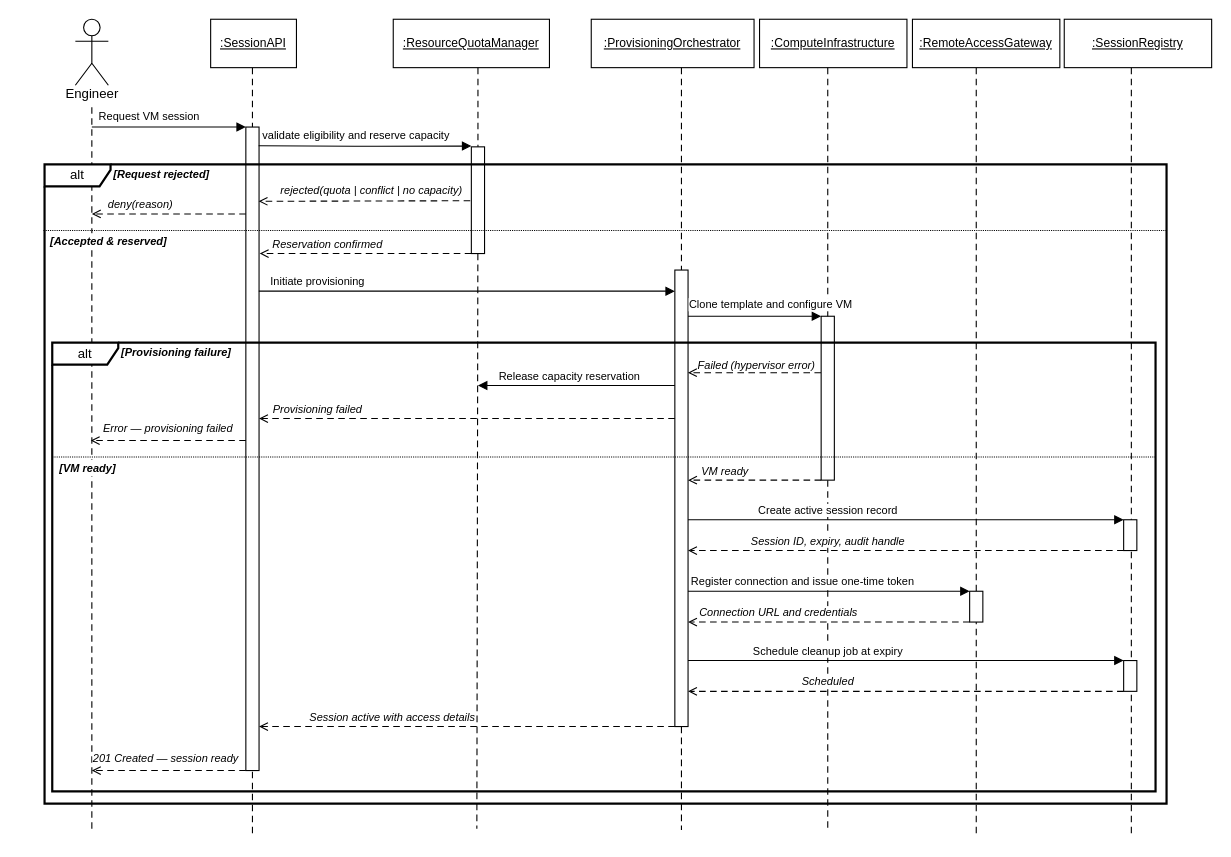
This is page "Provision VM Session" (3 of 12) of internshipReport/plantuml/Sequence Diagram.drawio from AbdelazizBarhoumi/iot_reap, a draw.io file, before an edit. Source tidied: cells renumbered, new cells numbered last; positions are measured from the earlier drawing's top-left corner, leaving out a move shared by most shapes. Both pictures are drawn from the tidied source at 110%, with x=0, y=0 at pixel (19, 19).
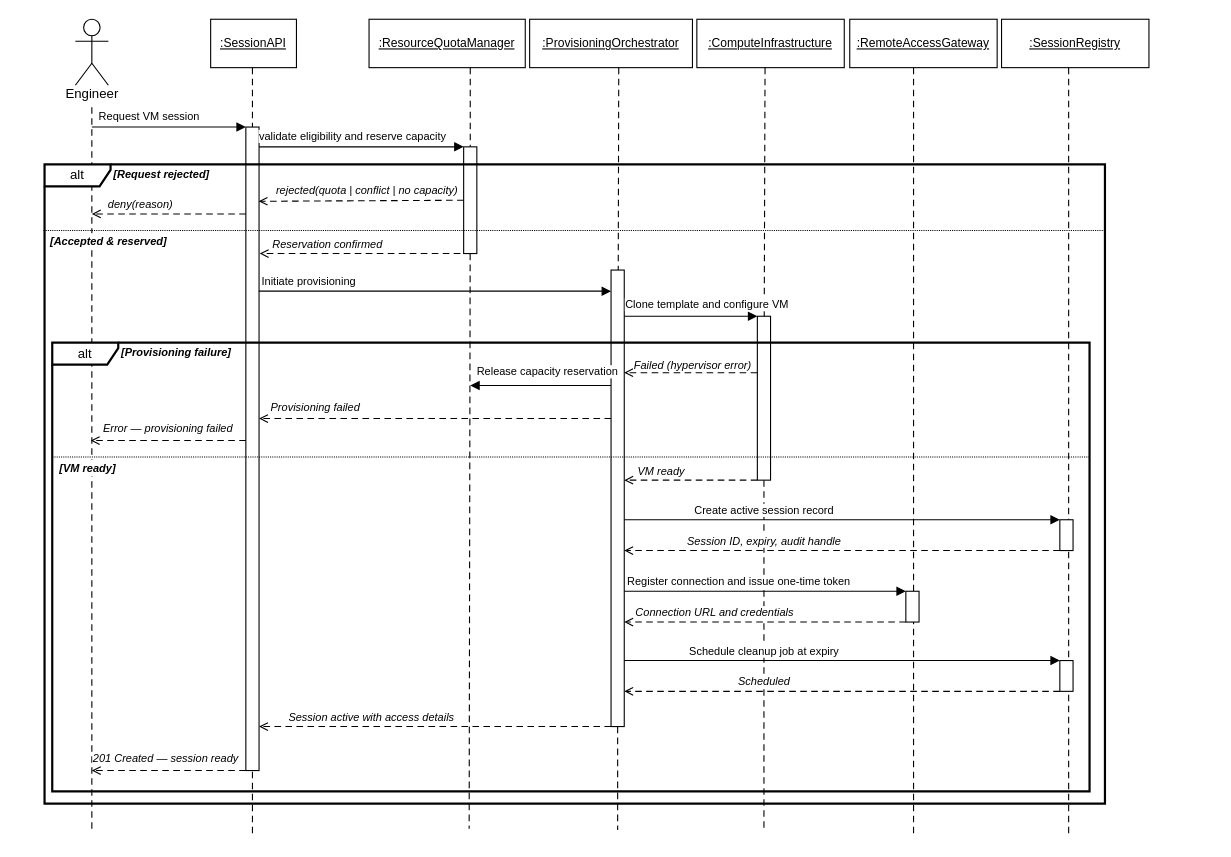
After the change.

The change refers to these unchanged cells:
```xml
<mxCell id="4" style="rounded=0;fillColor=#ffffff;strokeColor=#000000;strokeWidth=1;" parent="1" vertex="1">
  <mxGeometry x="206" y="98" width="12" height="585" as="geometry" />
</mxCell>
```

What changed in the source:
```diff
@@
     <mxCell id="2" style="endArrow=none;dashed=1;dashPattern=6 4;strokeColor=#000000;strokeWidth=1;edgeStyle=orthogonalEdgeStyle;" parent="1" edge="1">
       <mxGeometry relative="1" as="geometry">
-        <mxPoint x="1011" y="44" as="sourcePoint" />
-        <mxPoint x="1011" y="743" as="targetPoint" />
+        <mxPoint x="954" y="44" as="sourcePoint" />
+        <mxPoint x="954" y="743" as="targetPoint" />
         <Array as="points">
-          <mxPoint x="1011" y="243" />
-          <mxPoint x="1011" y="243" />
+          <mxPoint x="954" y="243" />
+          <mxPoint x="954" y="243" />
         </Array>
       </mxGeometry>
     </mxCell>
@@
     <mxCell id="5" style="rounded=0;fillColor=#ffffff;strokeColor=#000000;strokeWidth=1;" parent="1" vertex="1">
-      <mxGeometry x="596" y="228" width="12" height="415" as="geometry" />
+      <mxGeometry x="538" y="228" width="12" height="415" as="geometry" />
     </mxCell>
     <mxCell id="6" style="rounded=0;fillColor=#ffffff;strokeColor=#000000;strokeWidth=1;" parent="1" vertex="1">
-      <mxGeometry x="411" y="116" width="12" height="97" as="geometry" />
+      <mxGeometry x="404" y="116" width="12" height="97" as="geometry" />
     </mxCell>
@@
     <mxCell id="8" value="&lt;u&gt;:ResourceQuotaManager&lt;/u&gt;" style="rounded=0;whiteSpace=wrap;html=1;fillColor=#ffffff;strokeColor=#000000;fontSize=11;align=center;verticalAlign=middle;" parent="1" vertex="1">
-      <mxGeometry x="340" width="142" height="44" as="geometry" />
+      <mxGeometry x="318" width="142" height="44" as="geometry" />
     </mxCell>
     <mxCell id="9" value="&lt;u&gt;:ProvisioningOrchestrator&lt;/u&gt;" style="rounded=0;whiteSpace=wrap;html=1;fillColor=#ffffff;strokeColor=#000000;fontSize=11;align=center;verticalAlign=middle;" parent="1" vertex="1">
-      <mxGeometry x="520" width="148" height="44" as="geometry" />
+      <mxGeometry x="464" width="148" height="44" as="geometry" />
     </mxCell>
     <mxCell id="10" value="&lt;u&gt;:ComputeInfrastructure&lt;/u&gt;" style="rounded=0;whiteSpace=wrap;html=1;fillColor=#ffffff;strokeColor=#000000;fontSize=11;align=center;verticalAlign=middle;" parent="1" vertex="1">
-      <mxGeometry x="673" width="134" height="44" as="geometry" />
+      <mxGeometry x="616" width="134" height="44" as="geometry" />
     </mxCell>
@@
     <mxCell id="12" style="endArrow=none;dashed=1;dashPattern=6 4;strokeColor=#000000;strokeWidth=1;" parent="1" edge="1" source="6">
       <mxGeometry relative="1" as="geometry">
-        <mxPoint x="416" y="736" as="targetPoint" />
+        <mxPoint x="409" y="736" as="targetPoint" />
       </mxGeometry>
     </mxCell>
     <mxCell id="13" style="endArrow=none;dashed=1;dashPattern=6 4;strokeColor=#000000;strokeWidth=1;" parent="1" edge="1" source="5">
       <mxGeometry relative="1" as="geometry">
-        <mxPoint x="602" y="737" as="targetPoint" />
+        <mxPoint x="544" y="737" as="targetPoint" />
       </mxGeometry>
     </mxCell>
     <mxCell id="14" style="endArrow=none;dashed=1;dashPattern=6 4;strokeColor=#000000;strokeWidth=1;" parent="1" edge="1" source="18">
       <mxGeometry relative="1" as="geometry">
-        <mxPoint x="735" y="738" as="targetPoint" />
+        <mxPoint x="677" y="738" as="targetPoint" />
       </mxGeometry>
     </mxCell>
@@
     <mxCell id="17" value="alt" style="shape=umlFrame;whiteSpace=wrap;html=1;width=60;height=20;strokeWidth=2;" parent="1" vertex="1">
-      <mxGeometry x="23" y="132" width="1020" height="581" as="geometry" />
+      <mxGeometry x="23" y="132" width="964" height="581" as="geometry" />
     </mxCell>
     <mxCell id="18" style="rounded=0;fillColor=#ffffff;strokeColor=#000000;strokeWidth=1;" parent="17" vertex="1">
-      <mxGeometry x="706" y="138" width="12" height="149" as="geometry" />
+      <mxGeometry x="648" y="138" width="12" height="149" as="geometry" />
     </mxCell>
     <mxCell id="19" style="line;strokeWidth=1;dashed=1;labelPosition=center;verticalLabelPosition=bottom;align=left;verticalAlign=top;spacingLeft=20;spacingTop=15;html=1;whiteSpace=wrap;fontFamily=Helvetica;fontSize=12;fontColor=default;fontStyle=0;dashPattern=1 1;" parent="17" vertex="1">
-      <mxGeometry x="-1" y="55" width="1021" height="10" as="geometry" />
+      <mxGeometry x="-1" y="55" width="965" height="10" as="geometry" />
     </mxCell>
@@
     <mxCell id="22" style="endArrow=none;dashed=1;dashPattern=6 4;strokeColor=#000000;strokeWidth=1;edgeStyle=orthogonalEdgeStyle;" parent="17" edge="1" source="52">
       <mxGeometry relative="1" as="geometry">
-        <mxPoint x="847" y="611" as="targetPoint" />
+        <mxPoint x="790" y="611" as="targetPoint" />
         <Array as="points">
-          <mxPoint x="847" y="91" />
-          <mxPoint x="847" y="91" />
+          <mxPoint x="790" y="91" />
+          <mxPoint x="790" y="91" />
         </Array>
       </mxGeometry>
     </mxCell>
     <mxCell id="23" value="alt" style="shape=umlFrame;whiteSpace=wrap;html=1;width=60;height=20;strokeWidth=2;" parent="17" vertex="1">
-      <mxGeometry x="7" y="162" width="1003" height="408" as="geometry" />
+      <mxGeometry x="7" y="162" width="943" height="408" as="geometry" />
     </mxCell>
@@
     <mxCell id="25" style="line;strokeWidth=1;dashed=1;labelPosition=center;verticalLabelPosition=bottom;align=left;verticalAlign=top;spacingLeft=20;spacingTop=15;html=1;whiteSpace=wrap;fontFamily=Helvetica;fontSize=12;fontColor=default;fontStyle=0;dashPattern=1 1;" parent="23" vertex="1">
-      <mxGeometry y="99" width="1003" height="10" as="geometry" />
+      <mxGeometry y="99" width="943" height="10" as="geometry" />
     </mxCell>
@@
     <mxCell id="27" value="Release capacity reservation" style="html=1;              endArrow=block;endFill=0;              fontSize=10;strokeColor=#000000;align=center;verticalAlign=bottom;rounded=1;fontFamily=Helvetica;fontSize=10;fontColor=default;labelBackgroundColor=default;endArrow=none;startArrow=block;startFill=1;edgeStyle=orthogonalEdgeStyle;" parent="23" edge="1" target="5">
-      <mxGeometry x="-0.07" relative="1" as="geometry">
-        <mxPoint x="387" y="39" as="sourcePoint" />
+      <mxGeometry x="0.09" y="4" relative="1" as="geometry">
+        <mxPoint x="380" y="39" as="sourcePoint" />
         <Array as="points">
-          <mxPoint x="530" y="39" />
-          <mxPoint x="530" y="39" />
+          <mxPoint x="470" y="39" />
+          <mxPoint x="470" y="39" />
         </Array>
       </mxGeometry>
     </mxCell>
@@
     <mxCell id="29" style="rounded=0;fillColor=#ffffff;strokeColor=#000000;strokeWidth=1;" parent="23" vertex="1">
-      <mxGeometry x="974" y="161" width="12" height="28" as="geometry" />
+      <mxGeometry x="916" y="161" width="12" height="28" as="geometry" />
     </mxCell>
     <mxCell id="30" style="rounded=0;fillColor=#ffffff;strokeColor=#000000;strokeWidth=1;" parent="23" vertex="1">
-      <mxGeometry x="834" y="226" width="12" height="28" as="geometry" />
+      <mxGeometry x="776" y="226" width="12" height="28" as="geometry" />
     </mxCell>
     <mxCell id="31" style="rounded=0;fillColor=#ffffff;strokeColor=#000000;strokeWidth=1;" parent="23" vertex="1">
-      <mxGeometry x="974" y="289" width="12" height="28" as="geometry" />
+      <mxGeometry x="916" y="289" width="12" height="28" as="geometry" />
     </mxCell>
     <mxCell id="32" value="Schedule cleanup job at expiry" style="edgeStyle=orthogonalEdgeStyle;html=1;              endArrow=block;endFill=1;              fontSize=10;strokeColor=#000000;align=center;verticalAlign=bottom;rounded=1;fontFamily=Helvetica;fontSize=10;fontColor=default;labelBackgroundColor=default;endArrow=block;" parent="23" edge="1" target="31">
       <mxGeometry x="-0.36" relative="1" as="geometry">
-        <mxPoint x="578" y="289" as="sourcePoint" />
+        <mxPoint x="520" y="289" as="sourcePoint" />
         <Array as="points">
-          <mxPoint x="860" y="289" />
-          <mxPoint x="860" y="289" />
+          <mxPoint x="802" y="289" />
+          <mxPoint x="802" y="289" />
         </Array>
       </mxGeometry>
     </mxCell>
     <mxCell id="33" value="Scheduled" style="endArrow=open;endFill=0;dashed=1;dashPattern=6 4;strokeColor=#000000;fontSize=10;html=1;fontStyle=2;align=center;verticalAlign=bottom;edgeStyle=orthogonalEdgeStyle;" parent="23" edge="1" source="31">
       <mxGeometry x="0.36" relative="1" as="geometry">
-        <mxPoint x="578" y="317" as="targetPoint" />
+        <mxPoint x="520" y="317" as="targetPoint" />
         <Array as="points">
-          <mxPoint x="700" y="317" />
-          <mxPoint x="700" y="317" />
+          <mxPoint x="642" y="317" />
+          <mxPoint x="642" y="317" />
         </Array>
       </mxGeometry>
     </mxCell>
@@
     <mxCell id="35" style="endArrow=none;dashed=1;dashPattern=6 4;strokeColor=#000000;strokeWidth=1;" parent="1" edge="1" target="6">
       <mxGeometry relative="1" as="geometry">
-        <mxPoint x="417" y="44" as="sourcePoint" />
+        <mxPoint x="410" y="44" as="sourcePoint" />
       </mxGeometry>
     </mxCell>
-    <mxCell id="36" value="rejected(quota | conflict | no capacity)" style="endArrow=open;endFill=0;dashed=1;dashPattern=6 4;strokeColor=#000000;fontSize=10;html=1;fontStyle=2;align=center;verticalAlign=bottom;entryX=0.965;entryY=0.06;entryDx=0;entryDy=0;entryPerimeter=0;" parent="1" edge="1">
+    <mxCell id="36" value="rejected(quota | conflict | no capacity)" style="endArrow=open;endFill=0;dashed=1;dashPattern=6 4;strokeColor=#000000;fontSize=10;html=1;fontStyle=2;align=center;verticalAlign=bottom;entryX=0.965;entryY=0.06;entryDx=0;entryDy=0;entryPerimeter=0;" parent="1" edge="1" source="6">
       <mxGeometry x="-0.06" y="-1" relative="1" as="geometry">
-        <mxPoint x="410" y="165" as="sourcePoint" />
         <mxPoint x="217.6" y="165.5" as="targetPoint" />
       </mxGeometry>
     </mxCell>
@@
-    <mxCell id="38" value="validate eligibility and reserve capacity" style="edgeStyle=orthogonalEdgeStyle;html=1;              endArrow=block;endFill=1;              fontSize=10;strokeColor=#000000;align=center;verticalAlign=bottom;exitX=0.964;exitY=0.224;exitDx=0;exitDy=0;exitPerimeter=0;rounded=1;fontFamily=Helvetica;fontSize=10;fontColor=default;labelBackgroundColor=default;endArrow=block;" parent="1" edge="1">
+    <mxCell id="38" value="validate eligibility and reserve capacity" style="edgeStyle=orthogonalEdgeStyle;html=1;              endArrow=block;endFill=1;              fontSize=10;strokeColor=#000000;align=center;verticalAlign=bottom;rounded=1;fontFamily=Helvetica;fontSize=10;fontColor=default;labelBackgroundColor=default;endArrow=block;" parent="1" edge="1" source="4" target="6">
       <mxGeometry x="-0.09" y="1" relative="1" as="geometry">
-        <mxPoint x="217.6" y="115" as="sourcePoint" />
-        <mxPoint x="411" y="115.3" as="targetPoint" />
+        <Array as="points">
+          <mxPoint x="264" y="116" />
+          <mxPoint x="264" y="116" />
+        </Array>
       </mxGeometry>
     </mxCell>
@@
     <mxCell id="41" style="endArrow=none;dashed=1;dashPattern=6 4;strokeColor=#000000;strokeWidth=1;" parent="1" edge="1" target="5">
       <mxGeometry relative="1" as="geometry">
-        <mxPoint x="602" y="44" as="sourcePoint" />
+        <mxPoint x="545" y="44" as="sourcePoint" />
       </mxGeometry>
     </mxCell>
     <mxCell id="42" style="endArrow=none;dashed=1;dashPattern=6 4;strokeColor=#000000;strokeWidth=1;" parent="1" edge="1" target="18">
       <mxGeometry relative="1" as="geometry">
-        <mxPoint x="735" y="44" as="sourcePoint" />
+        <mxPoint x="678" y="44" as="sourcePoint" />
       </mxGeometry>
     </mxCell>
     <mxCell id="43" value="Clone template and configure VM" style="edgeStyle=orthogonalEdgeStyle;html=1;              endArrow=block;endFill=1;              fontSize=10;strokeColor=#000000;align=center;verticalAlign=bottom;rounded=1;fontFamily=Helvetica;fontSize=10;fontColor=default;labelBackgroundColor=default;endArrow=block;" parent="1" edge="1" source="5" target="18">
       <mxGeometry x="0.24" y="2" relative="1" as="geometry">
         <Array as="points">
-          <mxPoint x="640" y="270" />
-          <mxPoint x="640" y="270" />
+          <mxPoint x="582" y="270" />
+          <mxPoint x="582" y="270" />
         </Array>
       </mxGeometry>
     </mxCell>
     <mxCell id="44" value="Failed (hypervisor error)" style="endArrow=open;endFill=0;dashed=1;dashPattern=6 4;strokeColor=#000000;fontSize=10;html=1;fontStyle=2;align=center;verticalAlign=bottom;entryX=0.993;entryY=0.684;entryDx=0;entryDy=0;entryPerimeter=0;exitX=-0.009;exitY=0.215;exitDx=0;exitDy=0;exitPerimeter=0;" parent="1" edge="1">
       <mxGeometry x="-0.03" y="2" relative="1" as="geometry">
-        <mxPoint x="728.9" y="321.4" as="sourcePoint" />
-        <mxPoint x="607.9" y="321.3" as="targetPoint" />
+        <mxPoint x="670.9" y="321.4" as="sourcePoint" />
+        <mxPoint x="549.9" y="321.3" as="targetPoint" />
       </mxGeometry>
     </mxCell>
     <mxCell id="45" value="Provisioning failed" style="endArrow=open;endFill=0;dashed=1;dashPattern=6 4;strokeColor=#000000;fontSize=10;html=1;fontStyle=2;align=center;verticalAlign=bottom;edgeStyle=orthogonalEdgeStyle;" parent="1" edge="1" source="5">
-      <mxGeometry x="0.72" relative="1" as="geometry">
+      <mxGeometry x="0.68" y="-1" relative="1" as="geometry">
         <mxPoint x="218" y="363" as="targetPoint" />
         <Array as="points">
           <mxPoint x="500" y="363" />
           <mxPoint x="500" y="363" />
         </Array>
       </mxGeometry>
     </mxCell>
     <mxCell id="46" value="&amp;nbsp;VM ready" style="endArrow=open;endFill=0;dashed=1;dashPattern=6 4;strokeColor=#000000;fontSize=10;html=1;fontStyle=2;align=center;verticalAlign=bottom;edgeStyle=orthogonalEdgeStyle;" parent="1" edge="1">
       <mxGeometry x="0.47" y="1" relative="1" as="geometry">
-        <mxPoint x="729" y="419" as="sourcePoint" />
-        <mxPoint x="608" y="419" as="targetPoint" />
+        <mxPoint x="671" y="419" as="sourcePoint" />
+        <mxPoint x="550" y="419" as="targetPoint" />
         <Array as="points">
-          <mxPoint x="670" y="419" />
-          <mxPoint x="670" y="419" />
+          <mxPoint x="612" y="419" />
+          <mxPoint x="612" y="419" />
         </Array>
       </mxGeometry>
     </mxCell>
     <mxCell id="47" value="Create active session record" style="edgeStyle=orthogonalEdgeStyle;html=1;              endArrow=block;endFill=1;              fontSize=10;strokeColor=#000000;align=center;verticalAlign=bottom;rounded=1;fontFamily=Helvetica;fontSize=10;fontColor=default;labelBackgroundColor=default;endArrow=block;" parent="1" edge="1" target="29">
       <mxGeometry x="-0.36" relative="1" as="geometry">
-        <mxPoint x="608" y="455" as="sourcePoint" />
+        <mxPoint x="550" y="455" as="sourcePoint" />
         <Array as="points">
-          <mxPoint x="890" y="455" />
-          <mxPoint x="890" y="455" />
+          <mxPoint x="832" y="455" />
+          <mxPoint x="832" y="455" />
         </Array>
       </mxGeometry>
     </mxCell>
     <mxCell id="48" value="Session ID, expiry, audit handle" style="endArrow=open;endFill=0;dashed=1;dashPattern=6 4;strokeColor=#000000;fontSize=10;html=1;fontStyle=2;align=center;verticalAlign=bottom;edgeStyle=orthogonalEdgeStyle;" parent="1" edge="1" source="29" target="5">
       <mxGeometry x="0.36" relative="1" as="geometry">
         <Array as="points">
-          <mxPoint x="730" y="483" />
-          <mxPoint x="730" y="483" />
+          <mxPoint x="672" y="483" />
+          <mxPoint x="672" y="483" />
         </Array>
       </mxGeometry>
     </mxCell>
     <mxCell id="49" value="Register connection and issue one-time token" style="edgeStyle=orthogonalEdgeStyle;html=1;              endArrow=block;endFill=1;              fontSize=10;strokeColor=#000000;align=center;verticalAlign=bottom;rounded=1;fontFamily=Helvetica;fontSize=10;fontColor=default;labelBackgroundColor=default;endArrow=block;" parent="1" edge="1" target="30">
       <mxGeometry x="-0.19" relative="1" as="geometry">
-        <mxPoint x="608" y="520" as="sourcePoint" />
+        <mxPoint x="550" y="520" as="sourcePoint" />
         <Array as="points">
-          <mxPoint x="670" y="520" />
-          <mxPoint x="670" y="520" />
+          <mxPoint x="612" y="520" />
+          <mxPoint x="612" y="520" />
         </Array>
       </mxGeometry>
     </mxCell>
     <mxCell id="50" value="Connection URL and credentials" style="endArrow=open;endFill=0;dashed=1;dashPattern=6 4;strokeColor=#000000;fontSize=10;html=1;fontStyle=2;align=center;verticalAlign=bottom;edgeStyle=orthogonalEdgeStyle;" parent="1" edge="1" source="30">
       <mxGeometry x="0.36" relative="1" as="geometry">
-        <mxPoint x="608" y="548" as="targetPoint" />
+        <mxPoint x="550" y="548" as="targetPoint" />
         <Array as="points">
-          <mxPoint x="738" y="548" />
-          <mxPoint x="738" y="548" />
+          <mxPoint x="680" y="548" />
+          <mxPoint x="680" y="548" />
         </Array>
       </mxGeometry>
     </mxCell>
@@
     <mxCell id="52" value="&lt;u&gt;:RemoteAccessGateway&lt;/u&gt;" style="rounded=0;whiteSpace=wrap;html=1;fillColor=#ffffff;strokeColor=#000000;fontSize=11;align=center;verticalAlign=middle;" parent="1" vertex="1">
-      <mxGeometry x="812" width="134" height="44" as="geometry" />
+      <mxGeometry x="755" width="134" height="44" as="geometry" />
     </mxCell>
     <mxCell id="53" value="&lt;div&gt;&lt;u style=&quot;background-color: transparent; color: light-dark(rgb(0, 0, 0), rgb(255, 255, 255));&quot;&gt;:SessionRegistry&lt;/u&gt;&lt;/div&gt;" style="rounded=0;whiteSpace=wrap;html=1;fillColor=#ffffff;strokeColor=#000000;fontSize=11;align=center;verticalAlign=middle;" parent="1" vertex="1">
-      <mxGeometry x="950" width="134" height="44" as="geometry" />
+      <mxGeometry x="893" width="134" height="44" as="geometry" />
     </mxCell>
```
